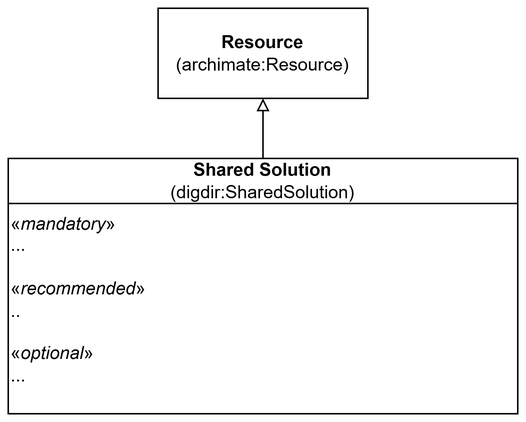
The draw.io diagram archadms-ap-no/docs/images/KlassenSharedSolution.png in jimjyang/playground, before a commit. Source tidied: cells renumbered, new cells last; positions are measured from the earlier drawing's top-left corner, leaving out a move shared by most shapes.
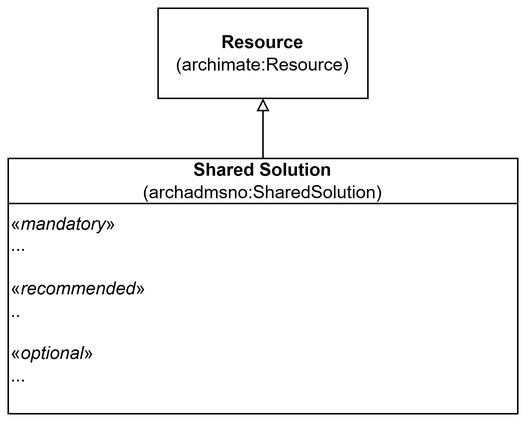
After the change.

Change to the diagram source:
```diff
@@ -2,7 +2,7 @@
   <root>
     <mxCell id="0" />
     <mxCell id="1" parent="0" />
-    <mxCell id="2" value="Shared Solution&lt;br&gt;&lt;div&gt;&lt;span style=&quot;font-weight: normal;&quot;&gt;(digdir:SharedSolution)&lt;/span&gt;&lt;/div&gt;" style="swimlane;whiteSpace=wrap;html=1;startSize=30;" parent="1" vertex="1">
+    <mxCell id="2" value="Shared Solution&lt;br&gt;&lt;div&gt;&lt;span style=&quot;font-weight: normal;&quot;&gt;(&lt;/span&gt;&lt;span style=&quot;font-weight: 400;&quot;&gt;archadmsno&lt;/span&gt;&lt;span style=&quot;font-weight: normal;&quot;&gt;:SharedSolution)&lt;/span&gt;&lt;/div&gt;" style="swimlane;whiteSpace=wrap;html=1;startSize=30;" parent="1" vertex="1">
       <mxGeometry y="100" width="340" height="170" as="geometry" />
     </mxCell>
     <mxCell id="3" value="&lt;div&gt;«&lt;i&gt;mandatory&lt;/i&gt;»&lt;/div&gt;&lt;div&gt;...&lt;/div&gt;&lt;div&gt;&lt;br&gt;&lt;/div&gt;&lt;div&gt;«&lt;i&gt;recommended&lt;/i&gt;»&lt;/div&gt;&lt;div&gt;&lt;span style=&quot;background-color: transparent; color: light-dark(rgb(0, 0, 0), rgb(255, 255, 255));&quot;&gt;..&lt;/span&gt;&lt;/div&gt;&lt;div&gt;&lt;br&gt;&lt;/div&gt;&lt;div&gt;«&lt;i&gt;optional&lt;/i&gt;»&lt;/div&gt;&lt;div&gt;&lt;span style=&quot;background-color: transparent; color: light-dark(rgb(0, 0, 0), rgb(255, 255, 255));&quot;&gt;...&lt;/span&gt;&lt;/div&gt;" style="text;html=1;whiteSpace=wrap;strokeColor=none;fillColor=none;align=left;verticalAlign=top;rounded=0;" parent="2" vertex="1">
```
